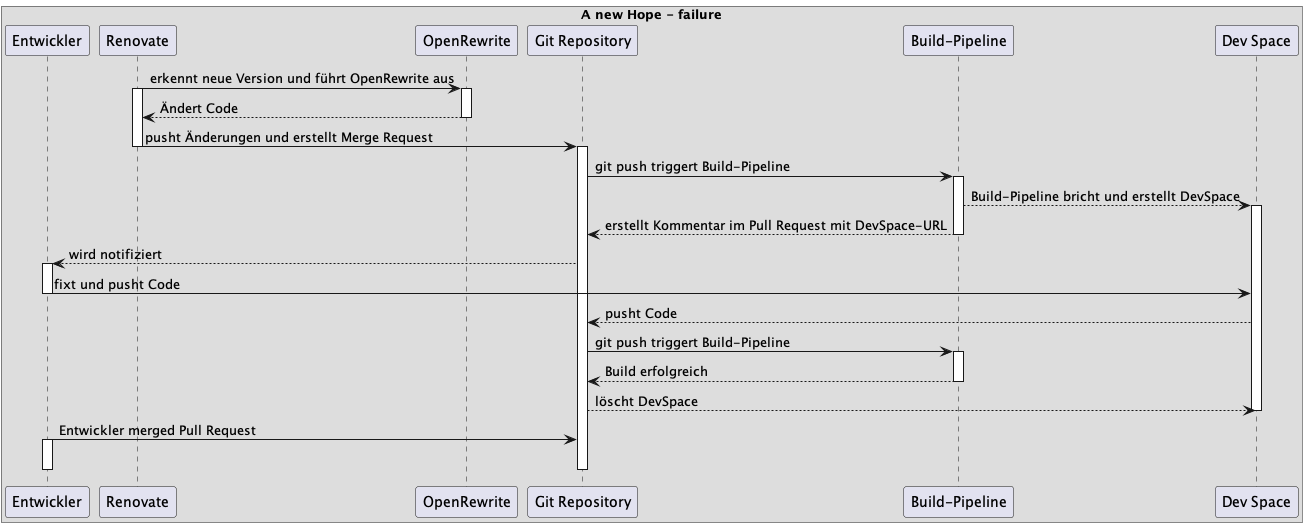
gattma/renovate keeps this PlantUML diagram as diagrams/png/failure-sequence.png. Above is the earlier version.
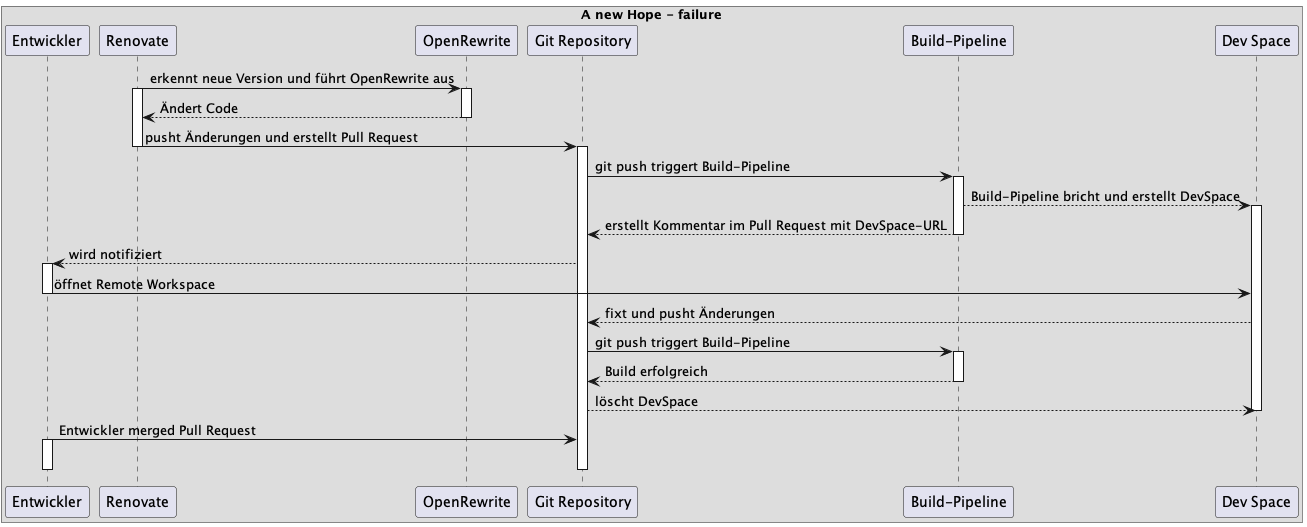
After the change.

The edit, as a diff of the source:
```diff
@@ -11,7 +11,7 @@
 OpenRewrite --> Renovate : Ändert Code
 deactivate OpenRewrite
 
-Renovate -> "Git Repository" : pusht Änderungen und erstellt Merge Request
+Renovate -> "Git Repository" : pusht Änderungen und erstellt Pull Request
 deactivate Renovate
 activate "Git Repository"
 
@@ -24,10 +24,10 @@
 
 "Git Repository" --> Entwickler : wird notifiziert
 activate Entwickler
-Entwickler -> "Dev Space" : fixt und pusht Code
+Entwickler -> "Dev Space" : öffnet Remote Workspace
 deactivate Entwickler
 
-"Dev Space" --> "Git Repository" : pusht Code
+"Dev Space" --> "Git Repository" : fixt und pusht Änderungen
 
 "Git Repository" -> "Build-Pipeline" : git push triggert Build-Pipeline
 activate "Build-Pipeline"
```
